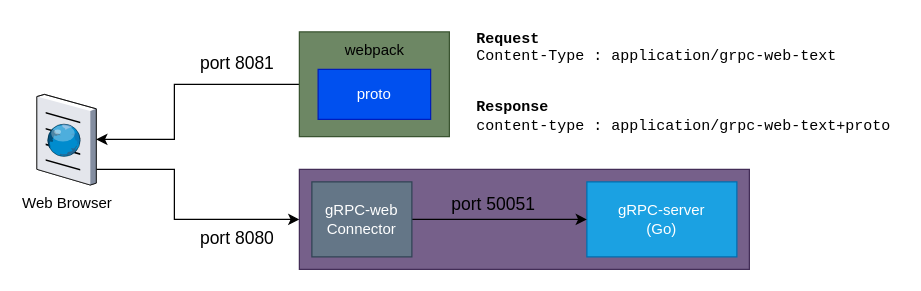
The draw.io diagram docs/arch.drawio in ehsaniara/gRPC-web-example, before the edit. Source tidied: cells renumbered, new cells numbered last; positions are measured from the earlier drawing's top-left corner, leaving out a move shared by most shapes. Both pictures are drawn from the tidied source at 125%, with x=0, y=0 at pixel (36, 21).
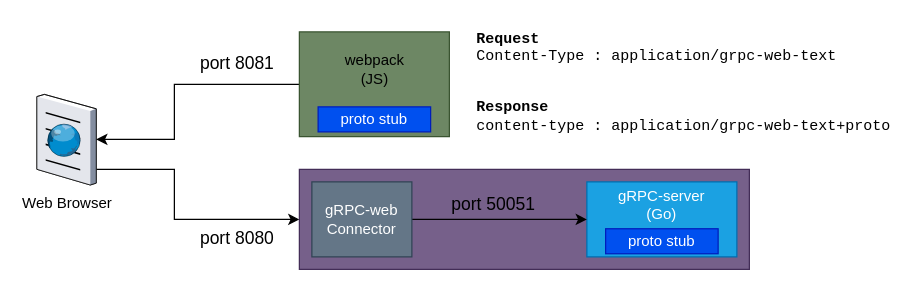
The same diagram, later.

What changed in the source:
```diff
@@
-    <mxCell id="6" value="proto" style="rounded=0;whiteSpace=wrap;html=1;fillColor=#0050ef;strokeColor=#001DBC;fontColor=#ffffff;" parent="1" vertex="1">
-      <mxGeometry x="225" y="38" width="90" height="40" as="geometry" />
+    <mxCell id="6" value="proto stub" style="rounded=0;whiteSpace=wrap;html=1;fillColor=#0050ef;strokeColor=#001DBC;fontColor=#ffffff;" parent="1" vertex="1">
+      <mxGeometry x="225" y="68" width="90" height="20" as="geometry" />
     </mxCell>
@@
-    <mxCell id="8" value="gRPC-server&lt;div&gt;(Go)&lt;/div&gt;" style="rounded=0;whiteSpace=wrap;html=1;fillColor=#1ba1e2;fontColor=#ffffff;strokeColor=#006EAF;" parent="1" vertex="1">
+    <mxCell id="8" style="rounded=0;whiteSpace=wrap;html=1;fillColor=#1ba1e2;fontColor=#ffffff;strokeColor=#006EAF;" parent="1" vertex="1">
       <mxGeometry x="440" y="128" width="120" height="60" as="geometry" />
     </mxCell>
@@
-    <mxCell id="14" value="webpack" style="text;html=1;align=center;verticalAlign=middle;strokeColor=none;fillColor=none;" parent="1" vertex="1">
-      <mxGeometry x="235" y="8" width="70" height="30" as="geometry" />
+    <mxCell id="14" value="webpack&lt;div&gt;(JS)&lt;/div&gt;" style="text;html=1;align=center;verticalAlign=middle;strokeColor=none;fillColor=none;" parent="1" vertex="1">
+      <mxGeometry x="235" y="18" width="70" height="40" as="geometry" />
     </mxCell>
@@
+    <mxCell id="16" value="&lt;span style=&quot;color: rgb(255, 255, 255); font-family: Helvetica; font-size: 12px; font-style: normal; font-variant-ligatures: normal; font-variant-caps: normal; font-weight: 400; letter-spacing: normal; orphans: 2; text-indent: 0px; text-transform: none; widows: 2; word-spacing: 0px; -webkit-text-stroke-width: 0px; white-space: normal; text-decoration-thickness: initial; text-decoration-style: initial; text-decoration-color: initial; float: none; display: inline !important;&quot;&gt;gRPC-server&lt;/span&gt;&lt;div style=&quot;forced-color-adjust: none; border-color: rgb(0, 0, 0); color: rgb(255, 255, 255); font-family: Helvetica; font-size: 12px; font-style: normal; font-variant-ligatures: normal; font-variant-caps: normal; font-weight: 400; letter-spacing: normal; orphans: 2; text-indent: 0px; text-transform: none; widows: 2; word-spacing: 0px; -webkit-text-stroke-width: 0px; white-space: normal; text-decoration-thickness: initial; text-decoration-style: initial; text-decoration-color: initial;&quot;&gt;(Go)&lt;/div&gt;" style="text;whiteSpace=wrap;html=1;align=center;" parent="1" vertex="1">
+      <mxGeometry x="460" y="125.5" width="80" height="40" as="geometry" />
+    </mxCell>
+    <mxCell id="17" value="proto stub" style="rounded=0;whiteSpace=wrap;html=1;fillColor=#0050ef;strokeColor=#001DBC;fontColor=#ffffff;" parent="1" vertex="1">
+      <mxGeometry x="455" y="165.5" width="90" height="20" as="geometry" />
+    </mxCell>
```
